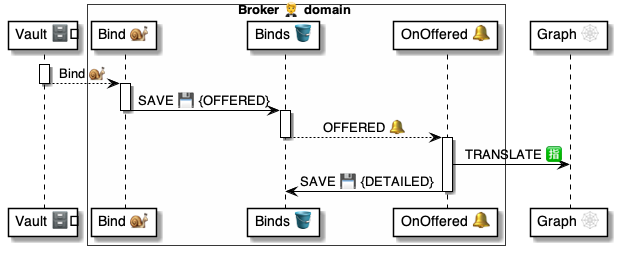
Above: 4 ⚙️ Solution/20 🧑‍🦰 UI/Brokers 🤵/🤵🪣 Broker tables/Binds 🔗 table/🪣🧱 11 Offered 🔔 event/🤵 OnBindOffered ⚙️ uml.png in pollyweb-org/pollyweb-docs (PlantUML), before the change. Its source is kept beside it as 4 ⚙️ Solution/20 🧑‍🦰 UI/Brokers 🤵/🤵🪣 Broker tables/Binds 🔗 table/🪣🧱 11 Offered 🔔 event/🤵 OnBindOffered ⚙️ uml.puml.
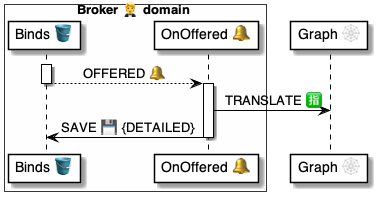
After the commit.

Change to the diagram source:
```diff
@@ -1,21 +1,11 @@
 @startuml OnBindOffered
 
-participant "Vault 🗄️" as vault
 box Broker 🤵 domain #FFFFFA
-    participant "Bind 🐌" as script
     participant "Binds 🪣" as binds
     participant "OnOffered 🔔" as handler
 end box
 participant "Graph 🕸" as graph
 
-
-activate vault
-    vault --> script: Bind 🐌
-deactivate vault
-
-activate script
-    script -> binds: SAVE 💾 {OFFERED}
-deactivate script
 
 activate binds
     binds --> handler: OFFERED 🔔
```
